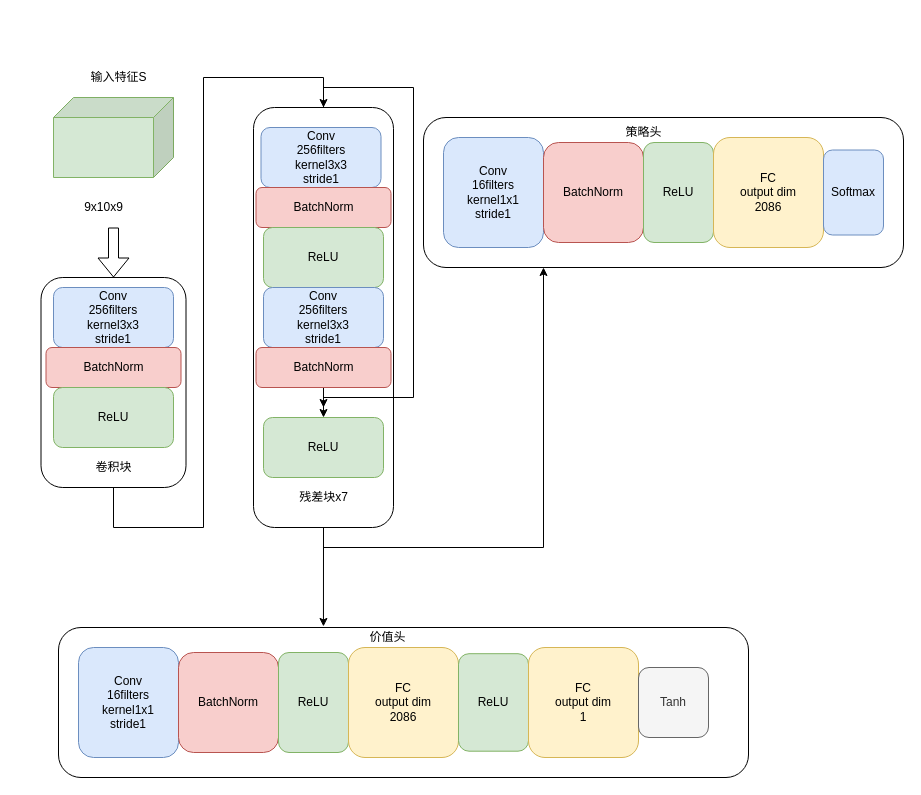
The draw.io diagram structure.drawio in byx020119/alphazero-aichess, before the edit. Source tidied: cells renumbered, new cells numbered last; positions are measured from the earlier drawing's top-left corner, leaving out a move shared by most shapes. Both pictures are drawn from the tidied source at 100%, with x=0, y=0 at pixel (41, 67).
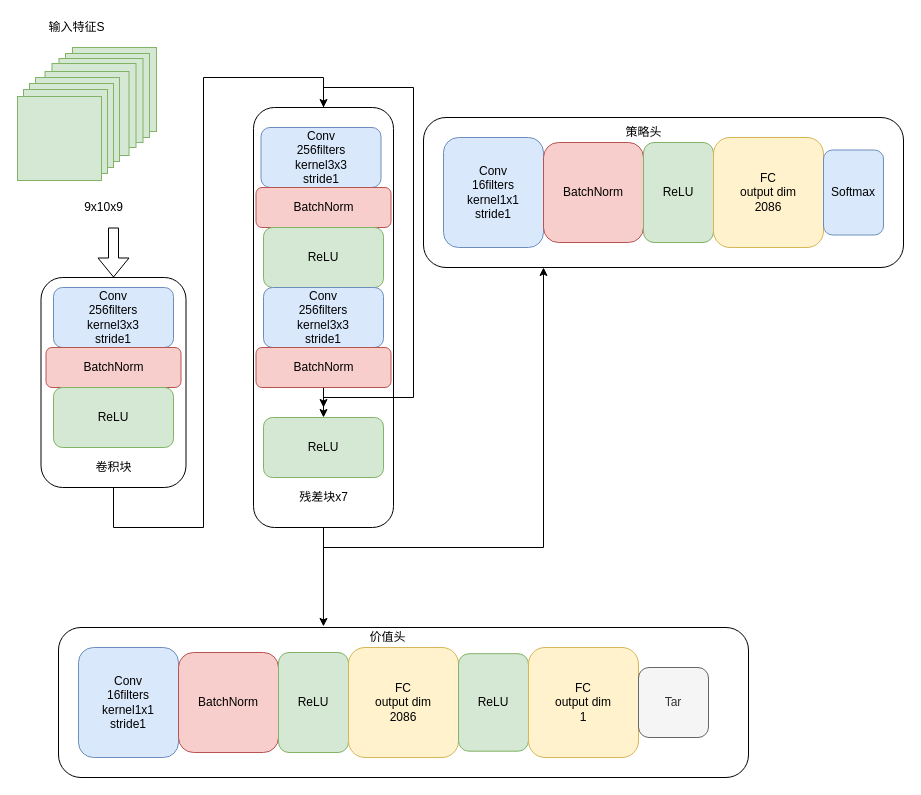
After the change.

Diff of the diagram source:
```diff
@@
-    <mxCell id="2" style="shape=cube;whiteSpace=wrap;html=1;boundedLbl=1;backgroundOutline=1;darkOpacity=0.05;darkOpacity2=0.1;direction=east;flipH=1;fillColor=#d5e8d4;strokeColor=#82b366;" parent="1" vertex="1">
-      <mxGeometry x="12" y="30" width="120" height="80" as="geometry" />
-    </mxCell>
     <mxCell id="3" value="输入特征S" style="text;html=1;align=center;verticalAlign=middle;strokeColor=none;fillColor=none;" parent="1" vertex="1">
-      <mxGeometry x="42" width="70" height="20" as="geometry" />
+      <mxGeometry x="-0.5" y="-50" width="70" height="20" as="geometry" />
     </mxCell>
@@
-    <mxCell id="35" value="Tanh" style="rounded=1;whiteSpace=wrap;html=1;labelBackgroundColor=none;fillColor=#f5f5f5;fontColor=#333333;strokeColor=#666666;" parent="1" vertex="1">
+    <mxCell id="35" value="Tar" style="rounded=1;whiteSpace=wrap;html=1;labelBackgroundColor=none;fillColor=#f5f5f5;fontColor=#333333;strokeColor=#666666;" parent="1" vertex="1">
       <mxGeometry x="597" y="600" width="70" height="70" as="geometry" />
     </mxCell>
@@
+    <mxCell id="40" style="whiteSpace=wrap;html=1;fillColor=#d5e8d4;strokeColor=#82b366;" parent="1" vertex="1">
+      <mxGeometry x="31" y="-20" width="84" height="84" as="geometry" />
+    </mxCell>
+    <mxCell id="41" style="whiteSpace=wrap;html=1;fillColor=#d5e8d4;strokeColor=#82b366;" parent="1" vertex="1">
+      <mxGeometry x="24" y="-14" width="84" height="84" as="geometry" />
+    </mxCell>
+    <mxCell id="42" style="whiteSpace=wrap;html=1;fillColor=#d5e8d4;strokeColor=#82b366;" parent="1" vertex="1">
+      <mxGeometry x="17.5" y="-9" width="84" height="84" as="geometry" />
+    </mxCell>
+    <mxCell id="43" style="whiteSpace=wrap;html=1;fillColor=#d5e8d4;strokeColor=#82b366;" parent="1" vertex="1">
+      <mxGeometry x="10.5" y="-4" width="84" height="84" as="geometry" />
+    </mxCell>
+    <mxCell id="44" style="whiteSpace=wrap;html=1;fillColor=#d5e8d4;strokeColor=#82b366;" parent="1" vertex="1">
+      <mxGeometry x="3.5" y="4" width="84" height="84" as="geometry" />
+    </mxCell>
+    <mxCell id="45" style="whiteSpace=wrap;html=1;fillColor=#d5e8d4;strokeColor=#82b366;" parent="1" vertex="1">
+      <mxGeometry x="-6" y="10" width="84" height="84" as="geometry" />
+    </mxCell>
+    <mxCell id="46" style="whiteSpace=wrap;html=1;fillColor=#d5e8d4;strokeColor=#82b366;" parent="1" vertex="1">
+      <mxGeometry x="-12" y="16" width="84" height="84" as="geometry" />
+    </mxCell>
+    <mxCell id="47" style="whiteSpace=wrap;html=1;fillColor=#d5e8d4;strokeColor=#82b366;" parent="1" vertex="1">
+      <mxGeometry x="-18" y="22" width="84" height="84" as="geometry" />
+    </mxCell>
+    <mxCell id="48" style="whiteSpace=wrap;html=1;fillColor=#d5e8d4;strokeColor=#82b366;" parent="1" vertex="1">
+      <mxGeometry x="-24" y="29" width="84" height="84" as="geometry" />
+    </mxCell>
```
